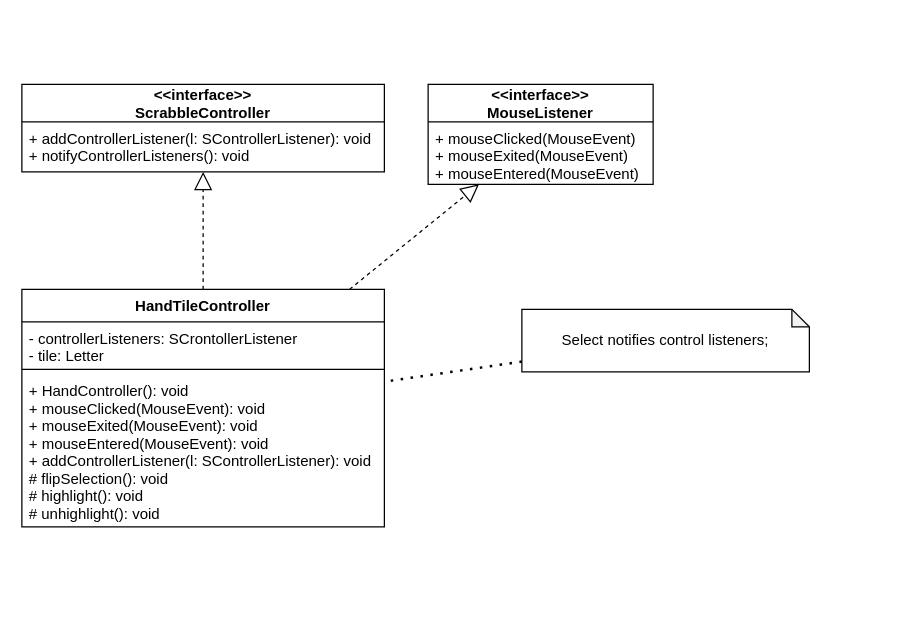
The draw.io diagram page "HandController" (2 of 2) of UML/M2/HandGUI.drawio in trk20/Scuffle, before the edit. Source tidied: cells renumbered, new cells numbered last; positions are measured from the earlier drawing's top-left corner, leaving out a move shared by most shapes. Both pictures are drawn from the tidied source at 125%, with x=0, y=0 at pixel (21, 84).
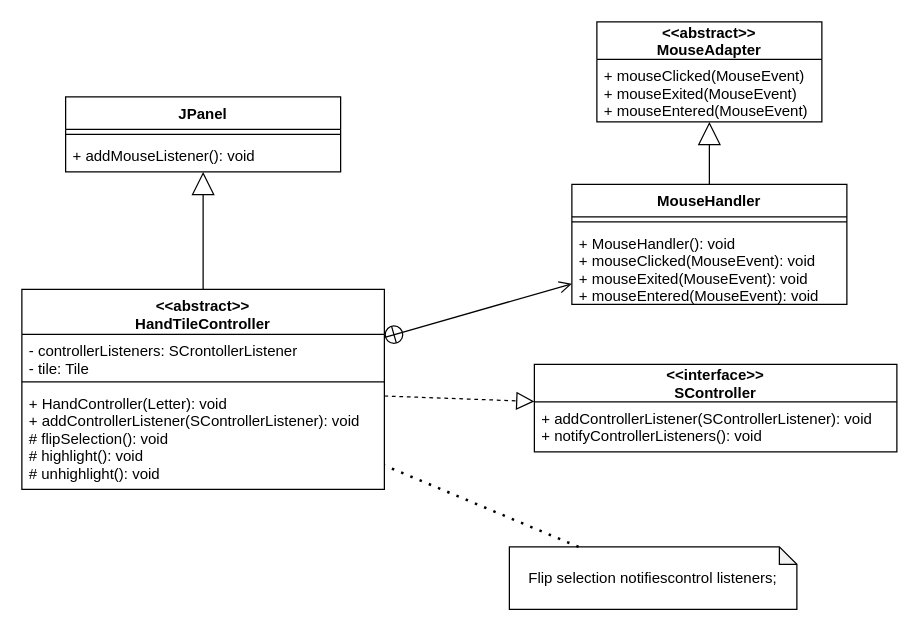
Above is the later version.

Change to the diagram source:
```diff
@@
-    <mxCell id="2" value="HandTileController" style="swimlane;fontStyle=1;align=center;verticalAlign=top;horizontal=1;startSize=26;" parent="1" vertex="1">
-      <mxGeometry y="164" width="290" height="190" as="geometry" />
+    <mxCell id="2" value="&lt;&lt;abstract&gt;&gt;&#10;HandTileController" style="swimlane;fontStyle=1;align=center;verticalAlign=top;horizontal=1;startSize=36;" parent="1" vertex="1">
+      <mxGeometry y="164" width="290" height="160" as="geometry" />
     </mxCell>
-    <mxCell id="3" value="- controllerListeners: SCrontollerListener&#10;- tile: Letter" style="text;strokeColor=none;fillColor=none;align=left;verticalAlign=top;spacingLeft=4;spacingRight=4;overflow=hidden;" parent="2" vertex="1">
-      <mxGeometry y="26" width="290" height="34" as="geometry" />
+    <mxCell id="3" value="- controllerListeners: SCrontollerListener&#10;- tile: Tile" style="text;strokeColor=none;fillColor=none;align=left;verticalAlign=top;spacingLeft=4;spacingRight=4;overflow=hidden;" parent="2" vertex="1">
+      <mxGeometry y="36" width="290" height="34" as="geometry" />
     </mxCell>
     <mxCell id="4" style="line;strokeWidth=1;fillColor=none;align=left;verticalAlign=middle;spacingTop=-1;spacingLeft=3;spacingRight=3;labelPosition=right;" parent="2" vertex="1">
-      <mxGeometry y="60" width="290" height="8" as="geometry" />
+      <mxGeometry y="70" width="290" height="8" as="geometry" />
     </mxCell>
-    <mxCell id="5" value="+ HandController(): void&#10;+ mouseClicked(MouseEvent): void&#10;+ mouseExited(MouseEvent): void&#10;+ mouseEntered(MouseEvent): void&#10;+ addControllerListener(l: SControllerListener): void&#10;# flipSelection(): void&#10;# highlight(): void&#10;# unhighlight(): void" style="text;strokeColor=none;fillColor=none;align=left;verticalAlign=top;spacingLeft=4;spacingRight=4;overflow=hidden;" parent="2" vertex="1">
-      <mxGeometry y="68" width="290" height="122" as="geometry" />
+    <mxCell id="5" value="+ HandController(Letter): void&#10;+ addControllerListener(SControllerListener): void&#10;# flipSelection(): void&#10;# highlight(): void&#10;# unhighlight(): void" style="text;strokeColor=none;fillColor=none;align=left;verticalAlign=top;spacingLeft=4;spacingRight=4;overflow=hidden;" parent="2" vertex="1">
+      <mxGeometry y="78" width="290" height="82" as="geometry" />
     </mxCell>
-    <mxCell id="6" value="&lt;&lt;interface&gt;&gt;&#10;MouseListener" style="swimlane;fontStyle=1;horizontal=1;startSize=30;fillColor=none;" parent="1" vertex="1">
-      <mxGeometry x="325" width="180" height="80" as="geometry" />
+    <mxCell id="6" value="&lt;&lt;abstract&gt;&gt;&#10;MouseAdapter" style="swimlane;fontStyle=1;horizontal=1;startSize=30;fillColor=none;" parent="1" vertex="1">
+      <mxGeometry x="460" y="-50" width="180" height="80" as="geometry" />
     </mxCell>
@@
-    <mxCell id="8" style="endArrow=block;dashed=1;endFill=0;endSize=12;html=1;rounded=0;" parent="1" edge="1" source="2" target="6">
-      <mxGeometry relative="1" as="geometry" />
-    </mxCell>
-    <mxCell id="9" value="&lt;&lt;interface&gt;&gt;&#10;ScrabbleController" style="swimlane;fontStyle=1;horizontal=1;startSize=30;fillColor=none;" parent="1" vertex="1">
-      <mxGeometry width="290" height="70" as="geometry" />
+    <mxCell id="9" value="&lt;&lt;interface&gt;&gt;&#10;SController" style="swimlane;fontStyle=1;horizontal=1;startSize=30;fillColor=none;" parent="1" vertex="1">
+      <mxGeometry x="410" y="224" width="290" height="70" as="geometry" />
     </mxCell>
-    <mxCell id="10" value="+ addControllerListener(l: SControllerListener): void&#10;+ notifyControllerListeners(): void" style="text;strokeColor=none;fillColor=none;align=left;verticalAlign=top;spacingLeft=4;spacingRight=4;overflow=hidden;fontStyle=0;" parent="9" vertex="1">
+    <mxCell id="10" value="+ addControllerListener(SControllerListener): void&#10;+ notifyControllerListeners(): void" style="text;strokeColor=none;fillColor=none;align=left;verticalAlign=top;spacingLeft=4;spacingRight=4;overflow=hidden;fontStyle=0;" parent="9" vertex="1">
       <mxGeometry y="30" width="290" height="40" as="geometry" />
     </mxCell>
@@
-    <mxCell id="12" value="Select notifies control listeners;&lt;br&gt;" style="shape=note;whiteSpace=wrap;html=1;backgroundOutline=1;darkOpacity=0.05;size=14;" parent="1" vertex="1">
-      <mxGeometry x="400" y="180" width="230" height="50" as="geometry" />
+    <mxCell id="12" value="Flip selection notifiescontrol listeners;" style="shape=note;whiteSpace=wrap;html=1;backgroundOutline=1;darkOpacity=0.05;size=14;" parent="1" vertex="1">
+      <mxGeometry x="390" y="370" width="230" height="50" as="geometry" />
     </mxCell>
@@
+    <mxCell id="14" value="MouseHandler" style="swimlane;fontStyle=1;align=center;verticalAlign=top;horizontal=1;startSize=26;" parent="1" vertex="1">
+      <mxGeometry x="440" y="80" width="220" height="96" as="geometry" />
+    </mxCell>
+    <mxCell id="15" style="line;strokeWidth=1;fillColor=none;align=left;verticalAlign=middle;spacingTop=-1;spacingLeft=3;spacingRight=3;labelPosition=right;" parent="14" vertex="1">
+      <mxGeometry y="26" width="220" height="8" as="geometry" />
+    </mxCell>
+    <mxCell id="16" value="+ MouseHandler(): void&#10;+ mouseClicked(MouseEvent): void&#10;+ mouseExited(MouseEvent): void&#10;+ mouseEntered(MouseEvent): void&#10;" style="text;strokeColor=none;fillColor=none;align=left;verticalAlign=top;spacingLeft=4;spacingRight=4;overflow=hidden;" parent="14" vertex="1">
+      <mxGeometry y="34" width="220" height="62" as="geometry" />
+    </mxCell>
+    <mxCell id="17" value="JPanel" style="swimlane;fontStyle=1;align=center;verticalAlign=top;horizontal=1;startSize=26;" parent="1" vertex="1">
+      <mxGeometry x="35" y="10" width="220" height="60" as="geometry" />
+    </mxCell>
+    <mxCell id="18" style="line;strokeWidth=1;fillColor=none;align=left;verticalAlign=middle;spacingTop=-1;spacingLeft=3;spacingRight=3;labelPosition=right;" parent="17" vertex="1">
+      <mxGeometry y="26" width="220" height="8" as="geometry" />
+    </mxCell>
+    <mxCell id="19" value="+ addMouseListener(): void" style="text;strokeColor=none;fillColor=none;align=left;verticalAlign=top;spacingLeft=4;spacingRight=4;overflow=hidden;" parent="17" vertex="1">
+      <mxGeometry y="34" width="220" height="26" as="geometry" />
+    </mxCell>
+    <mxCell id="20" style="endArrow=open;startArrow=circlePlus;endFill=0;startFill=0;endSize=8;html=1;rounded=0;" parent="1" edge="1" source="2" target="14">
+      <mxGeometry relative="1" as="geometry" />
+    </mxCell>
+    <mxCell id="21" style="endArrow=block;endSize=16;endFill=0;html=1;rounded=0;" parent="1" edge="1" source="2" target="17">
+      <mxGeometry relative="1" as="geometry" />
+    </mxCell>
+    <mxCell id="22" style="endArrow=block;endSize=16;endFill=0;html=1;rounded=0;" parent="1" edge="1" source="14" target="6">
+      <mxGeometry relative="1" as="geometry" />
+    </mxCell>
```
